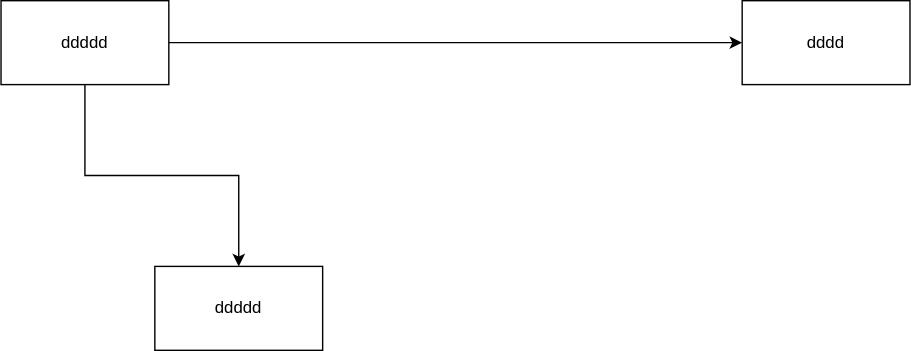
junhoo-barogo/junhoo-barogo.github.io keeps this draw.io diagram as diagram/zoo_event.svg. Above is the earlier version. Source tidied: cells renumbered, new cells last; positions are measured from the earlier drawing's top-left corner, leaving out a move shared by most shapes.
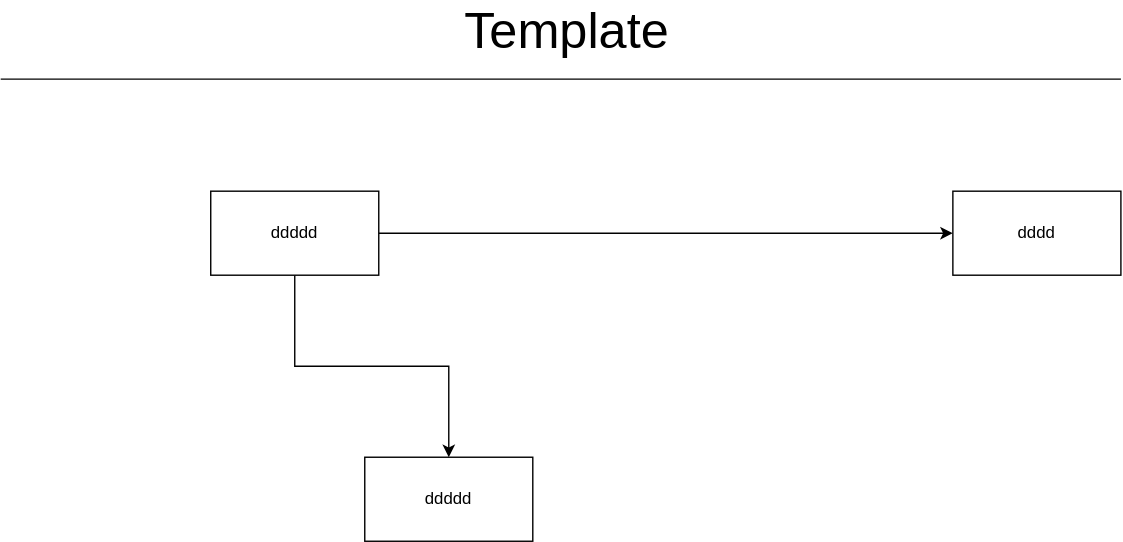
After the commit.

Change to the diagram source:
```diff
@@ -17,5 +17,14 @@
     <mxCell id="6" value="ddddd" style="whiteSpace=wrap;html=1;" parent="1" vertex="1">
       <mxGeometry x="110" y="190" width="120" height="60" as="geometry" />
     </mxCell>
+    <mxCell id="7" value="&lt;font style=&quot;font-size: 36px&quot;&gt;Template&lt;/font&gt;" style="text;html=1;align=center;verticalAlign=middle;strokeColor=none;" parent="1" vertex="1">
+      <mxGeometry x="174" y="-130" width="160" height="30" as="geometry" />
+    </mxCell>
+    <mxCell id="8" style="endArrow=none;html=1;" parent="1" edge="1">
+      <mxGeometry relative="1" as="geometry">
+        <mxPoint x="-150" y="-80" as="sourcePoint" />
+        <mxPoint x="650" y="-80" as="targetPoint" />
+      </mxGeometry>
+    </mxCell>
   </root>
 </mxGraphModel>
```
